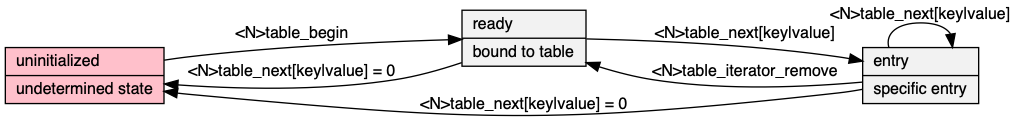
Above: web/it.png in neil-edelman/boxes (Graphviz), before the change. Its source is kept beside it as web/it.gv.
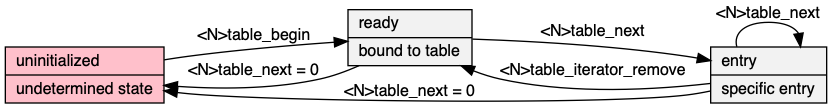
The same diagram one commit later.

The edit, as a diff of the source:
```diff
@@ -11,10 +11,10 @@
 	null [label="uninitialized\l|undetermined state\l", fillcolor="Pink"];
 	ready [ label = "ready\l|bound to table\l" ];
 	null -> ready [ label = "<N>table_begin" ];
-	ready -> null [ label = "<N>table_next[key|value] = 0" ];
+	ready -> null [ label = "<N>table_next = 0" ];
 	entry [ label = "entry\l|specific entry\l" ];
-	ready -> entry [ label = "<N>table_next[key|value]" ];
-	entry -> entry [ label = "<N>table_next[key|value]" ];
+	ready -> entry [ label = "<N>table_next" ];
+	entry -> entry [ label = "<N>table_next" ];
 	entry -> ready [ label = "<N>table_iterator_remove" ];
-	entry -> null [ label = "<N>table_next[key|value] = 0" ];
+	entry -> null [ label = "<N>table_next = 0" ];
 }
```
